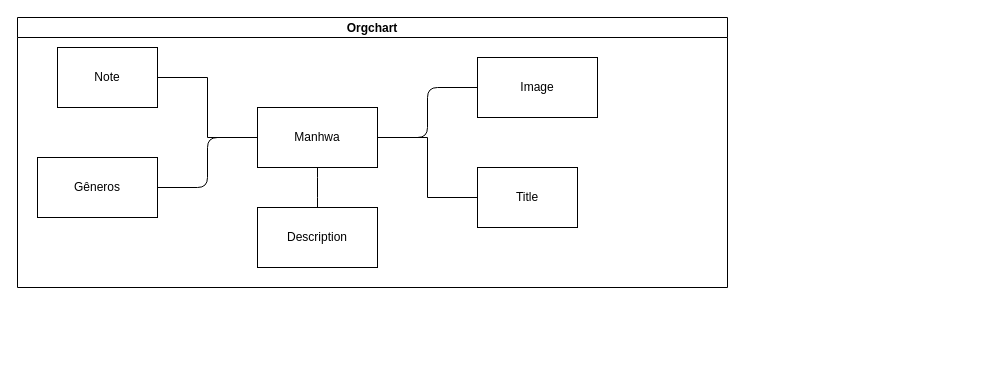
yoshtempest/manhwa-library keeps this draw.io diagram as src/schemas/design.drawio. Above is the earlier version. Source tidied: cells renumbered, new cells numbered last; positions are measured from the earlier drawing's top-left corner, leaving out a move shared by most shapes. Both pictures are drawn from the tidied source at 100%, with x=0, y=0 at pixel (17, 17).
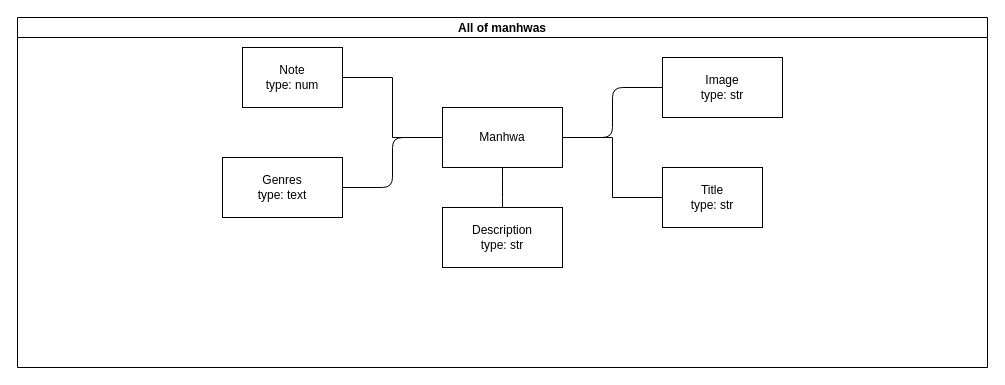
The same diagram, later.

Commit message:
new: design types

Diff of the diagram source:
```diff
@@
 <mxGraphModel>
   <root>
     <mxCell id="0" />
     <mxCell id="1" parent="0" />
-    <mxCell id="2" value="Orgchart" style="swimlane;startSize=20;horizontal=1;containerType=tree;newEdgeStyle={&quot;edgeStyle&quot;:&quot;elbowEdgeStyle&quot;,&quot;startArrow&quot;:&quot;none&quot;,&quot;endArrow&quot;:&quot;none&quot;};" parent="1" vertex="1">
-      <mxGeometry width="710" height="270" as="geometry" />
+    <mxCell id="2" value="All of manhwas" style="swimlane;startSize=20;horizontal=1;containerType=tree;newEdgeStyle={&quot;edgeStyle&quot;:&quot;elbowEdgeStyle&quot;,&quot;startArrow&quot;:&quot;none&quot;,&quot;endArrow&quot;:&quot;none&quot;};gradientColor=none;swimlaneFillColor=default;" parent="1" vertex="1">
+      <mxGeometry width="970" height="350" as="geometry" />
     </mxCell>
     <mxCell id="3" style="edgeStyle=elbowEdgeStyle;elbow=vertical;sourcePerimeterSpacing=0;targetPerimeterSpacing=0;startArrow=none;endArrow=none;rounded=0;curved=0;" parent="2" edge="1" source="5" target="6">
       <mxGeometry relative="1" as="geometry" />
     </mxCell>
     <mxCell id="4" style="edgeStyle=elbowEdgeStyle;elbow=vertical;sourcePerimeterSpacing=0;targetPerimeterSpacing=0;startArrow=none;endArrow=none;rounded=0;curved=0;" parent="2" edge="1" source="5" target="7">
       <mxGeometry relative="1" as="geometry" />
     </mxCell>
     <mxCell id="5" value="Manhwa" style="whiteSpace=wrap;html=1;align=center;newEdgeStyle={&quot;edgeStyle&quot;:&quot;elbowEdgeStyle&quot;,&quot;startArrow&quot;:&quot;none&quot;,&quot;endArrow&quot;:&quot;none&quot;};" parent="2" vertex="1">
-      <mxGeometry x="240" y="90" width="120" height="60" as="geometry" />
+      <mxGeometry x="425" y="90" width="120" height="60" as="geometry" />
     </mxCell>
-    <mxCell id="6" value="Title" style="whiteSpace=wrap;html=1;align=center;verticalAlign=middle;newEdgeStyle={&quot;edgeStyle&quot;:&quot;elbowEdgeStyle&quot;,&quot;startArrow&quot;:&quot;none&quot;,&quot;endArrow&quot;:&quot;none&quot;};" parent="2" vertex="1">
-      <mxGeometry x="460" y="150" width="100" height="60" as="geometry" />
+    <mxCell id="6" value="Title&lt;br&gt;type: str" style="whiteSpace=wrap;html=1;align=center;verticalAlign=middle;newEdgeStyle={&quot;edgeStyle&quot;:&quot;elbowEdgeStyle&quot;,&quot;startArrow&quot;:&quot;none&quot;,&quot;endArrow&quot;:&quot;none&quot;};gradientColor=none;" parent="2" vertex="1">
+      <mxGeometry x="645" y="150" width="100" height="60" as="geometry" />
     </mxCell>
-    <mxCell id="7" value="Note" style="whiteSpace=wrap;html=1;align=center;verticalAlign=middle;newEdgeStyle={&quot;edgeStyle&quot;:&quot;elbowEdgeStyle&quot;,&quot;startArrow&quot;:&quot;none&quot;,&quot;endArrow&quot;:&quot;none&quot;};" parent="2" vertex="1">
-      <mxGeometry x="40" y="30" width="100" height="60" as="geometry" />
+    <mxCell id="7" value="Note&lt;br&gt;type: num" style="whiteSpace=wrap;html=1;align=center;verticalAlign=middle;newEdgeStyle={&quot;edgeStyle&quot;:&quot;elbowEdgeStyle&quot;,&quot;startArrow&quot;:&quot;none&quot;,&quot;endArrow&quot;:&quot;none&quot;};" parent="2" vertex="1">
+      <mxGeometry x="225" y="30" width="100" height="60" as="geometry" />
     </mxCell>
     <mxCell id="8" style="edgeStyle=elbowEdgeStyle;html=1;elbow=horizontal;startArrow=none;endArrow=none;" parent="2" edge="1" source="5" target="9">
       <mxGeometry relative="1" as="geometry" />
     </mxCell>
-    <mxCell id="9" value="Gêneros" style="whiteSpace=wrap;html=1;align=center;newEdgeStyle={&quot;edgeStyle&quot;:&quot;elbowEdgeStyle&quot;,&quot;startArrow&quot;:&quot;none&quot;,&quot;endArrow&quot;:&quot;none&quot;};" parent="2" vertex="1">
-      <mxGeometry x="20" y="140" width="120" height="60" as="geometry" />
+    <mxCell id="9" value="Genres&lt;br&gt;type: text" style="whiteSpace=wrap;html=1;align=center;newEdgeStyle={&quot;edgeStyle&quot;:&quot;elbowEdgeStyle&quot;,&quot;startArrow&quot;:&quot;none&quot;,&quot;endArrow&quot;:&quot;none&quot;};" parent="2" vertex="1">
+      <mxGeometry x="205" y="140" width="120" height="60" as="geometry" />
     </mxCell>
     <mxCell id="10" style="edgeStyle=elbowEdgeStyle;html=1;elbow=horizontal;startArrow=none;endArrow=none;" parent="2" edge="1" source="5" target="11">
       <mxGeometry relative="1" as="geometry" />
     </mxCell>
-    <mxCell id="11" value="Image" style="whiteSpace=wrap;html=1;align=center;newEdgeStyle={&quot;edgeStyle&quot;:&quot;elbowEdgeStyle&quot;,&quot;startArrow&quot;:&quot;none&quot;,&quot;endArrow&quot;:&quot;none&quot;};" parent="2" vertex="1">
-      <mxGeometry x="460" y="40" width="120" height="60" as="geometry" />
+    <mxCell id="11" value="Image&lt;div&gt;&lt;span style=&quot;color: rgb(0, 0, 0);&quot;&gt;type: str&lt;/span&gt;&lt;/div&gt;" style="whiteSpace=wrap;html=1;align=center;newEdgeStyle={&quot;edgeStyle&quot;:&quot;elbowEdgeStyle&quot;,&quot;startArrow&quot;:&quot;none&quot;,&quot;endArrow&quot;:&quot;none&quot;};" parent="2" vertex="1">
+      <mxGeometry x="645" y="40" width="120" height="60" as="geometry" />
     </mxCell>
     <mxCell id="12" style="edgeStyle=elbowEdgeStyle;html=1;elbow=vertical;startArrow=none;endArrow=none;" parent="2" edge="1" source="5" target="13">
       <mxGeometry relative="1" as="geometry" />
     </mxCell>
-    <mxCell id="13" value="Description" style="whiteSpace=wrap;html=1;align=center;newEdgeStyle={&quot;edgeStyle&quot;:&quot;elbowEdgeStyle&quot;,&quot;startArrow&quot;:&quot;none&quot;,&quot;endArrow&quot;:&quot;none&quot;};" parent="2" vertex="1">
-      <mxGeometry x="240" y="190" width="120" height="60" as="geometry" />
+    <mxCell id="13" value="Description&lt;br&gt;type: str" style="whiteSpace=wrap;html=1;align=center;newEdgeStyle={&quot;edgeStyle&quot;:&quot;elbowEdgeStyle&quot;,&quot;startArrow&quot;:&quot;none&quot;,&quot;endArrow&quot;:&quot;none&quot;};" parent="2" vertex="1">
+      <mxGeometry x="425" y="190" width="120" height="60" as="geometry" />
     </mxCell>
   </root>
 </mxGraphModel>
```
